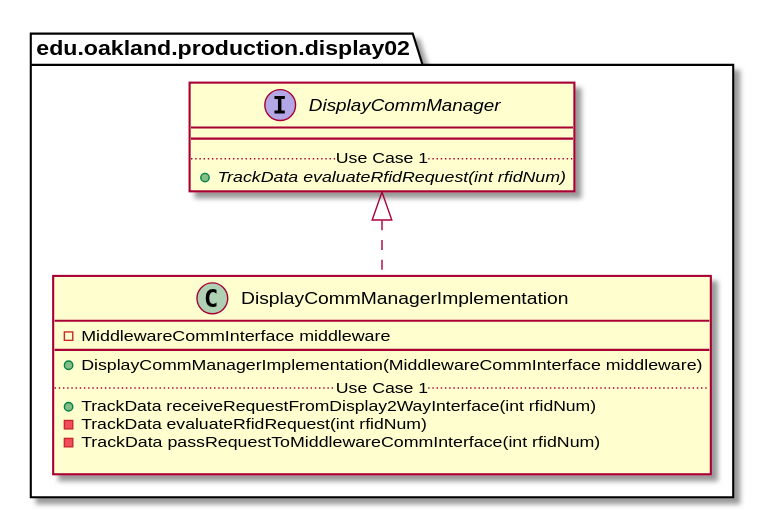
Above: docs/uml-class-diagrams/display02/production/DisplayCommManagerImplementation/DisplayCommManagerImplementation_DirectDependencies.svg in andrewdimmer/csi-3370-software-project (PlantUML), before the change.
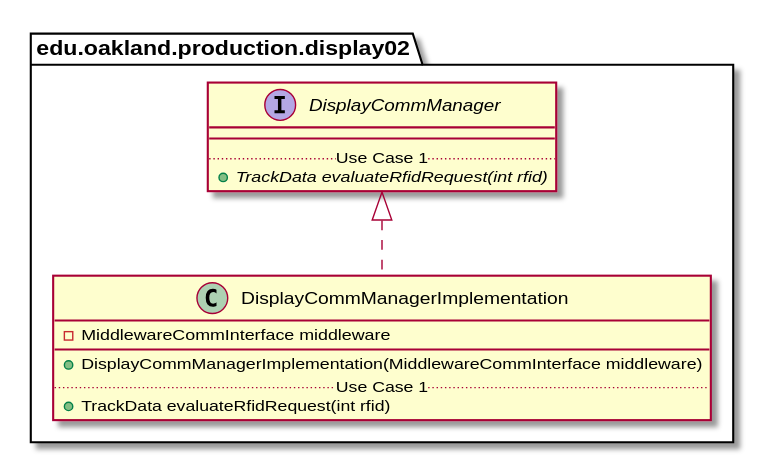
Above is the later version.

What changed in the source:
```diff
@@ -7,10 +7,7 @@
         __
         + DisplayCommManagerImplementation(MiddlewareCommInterface middleware)
         .. Use Case 1 ..
-        + TrackData receiveRequestFromDisplay2WayInterface(int rfidNum)
-        - TrackData evaluateRfidRequest(int rfidNum)
-        - TrackData passRequestToMiddlewareCommInterface(int rfidNum)
-
+        + TrackData evaluateRfidRequest(int rfid)
     }
 }
 
@@ -20,7 +17,7 @@
     interface DisplayCommManager {
         __
         .. Use Case 1 ..
-        {abstract} + TrackData evaluateRfidRequest(int rfidNum)
+        {abstract} + TrackData evaluateRfidRequest(int rfid)
     }
 }
 
```
